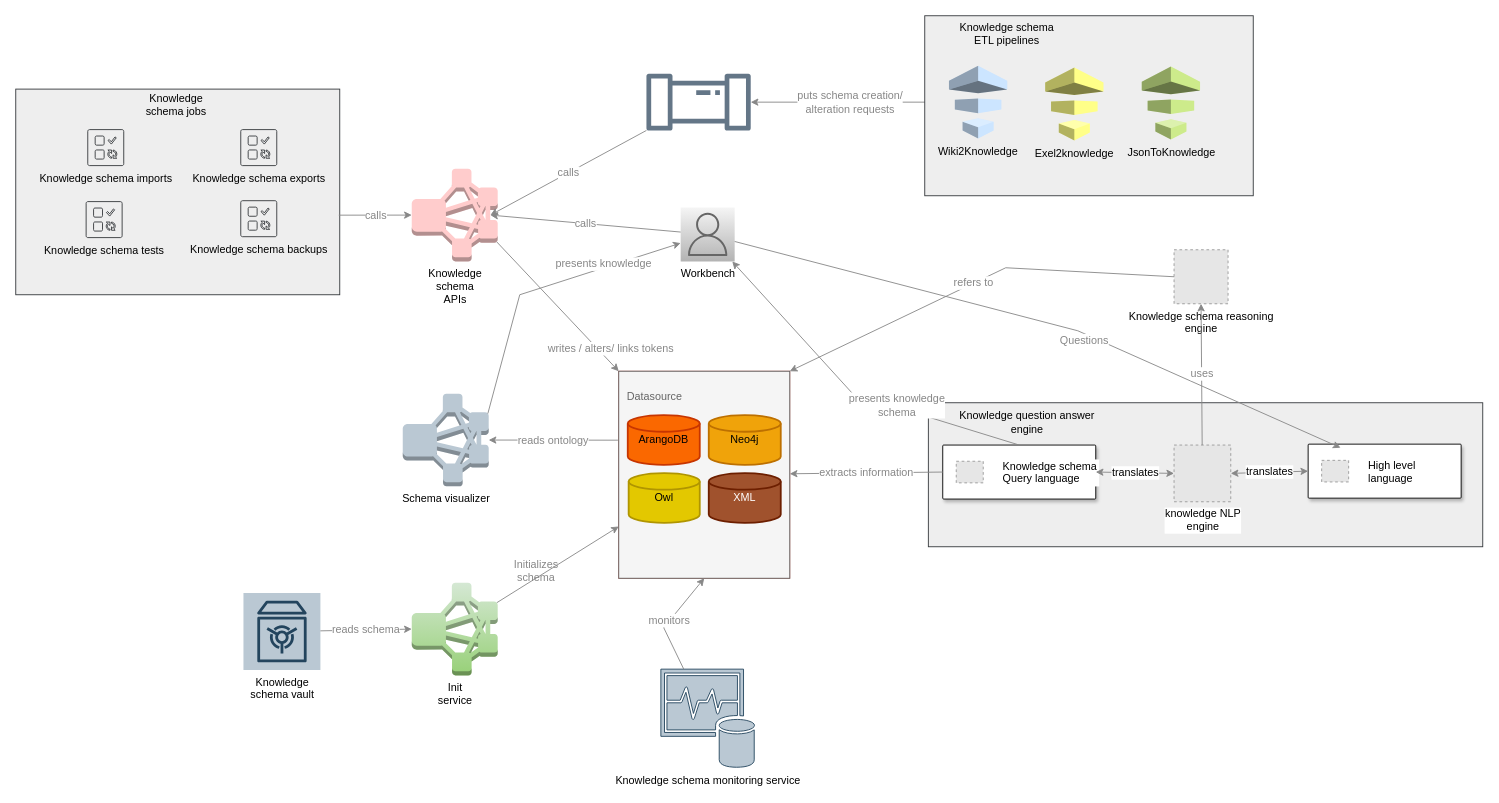
Earlier version of the draw.io diagram page "Knowledge schema architecture" (3 of 4) of KnowledgeArchitecture.drawio (supriyopaul/diagrams). Source tidied: cells renumbered, new cells numbered last; positions are measured from the earlier drawing's top-left corner, leaving out a move shared by most shapes. Both pictures are drawn from the tidied source at 90%, with x=0, y=0 at pixel (15, 15). Pictures stored in the file or linked from it are replaced by grey dashed boxes.
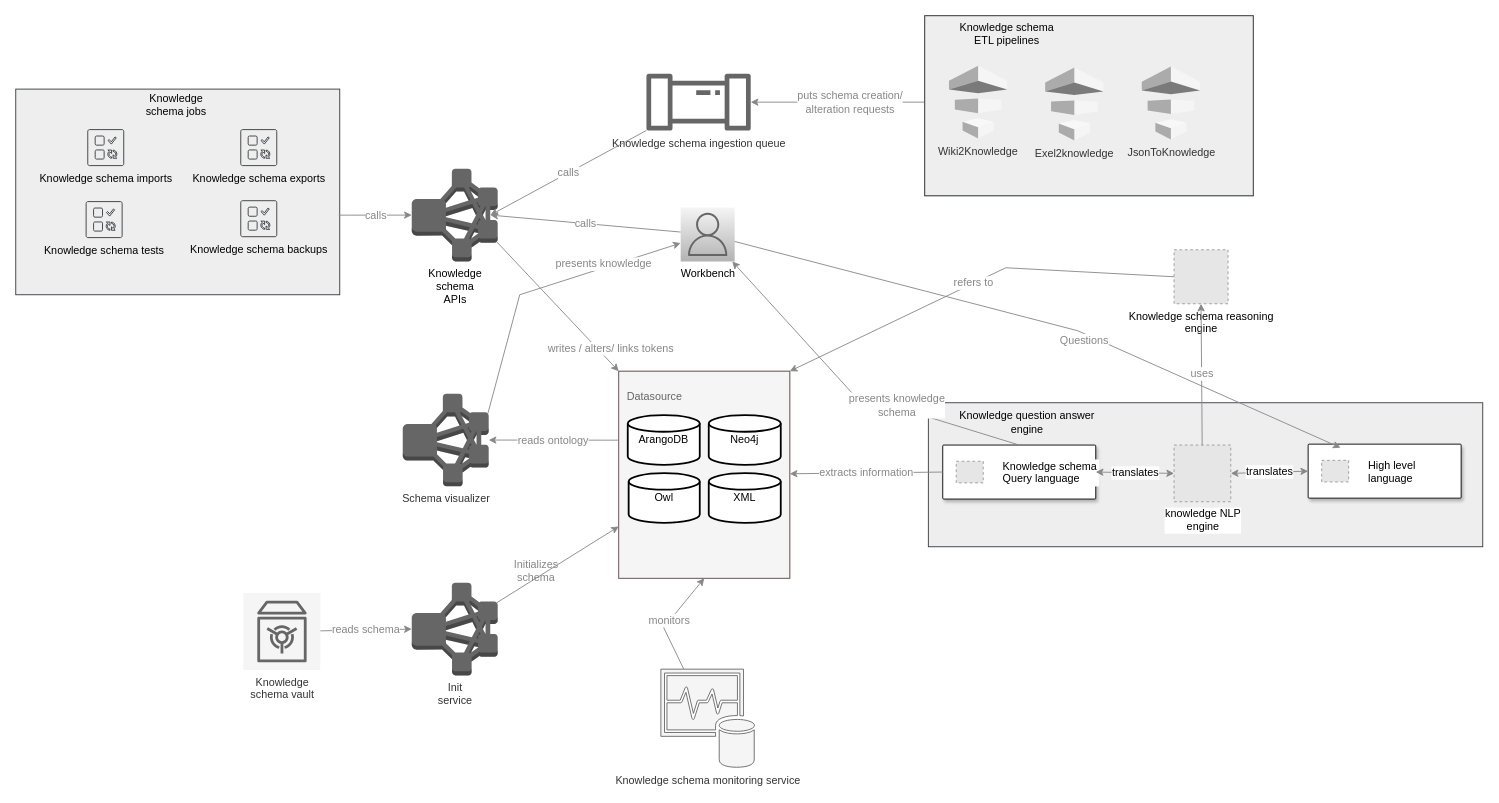
The same diagram, later.

Change to the diagram source:
```diff
@@
-    <mxCell id="3" value="&lt;span style=&quot;&quot;&gt;Init&lt;/span&gt;&lt;br style=&quot;border-color: var(--border-color);&quot;&gt;&lt;span style=&quot;&quot;&gt;service&lt;/span&gt;" style="outlineConnect=0;dashed=0;verticalLabelPosition=bottom;verticalAlign=top;align=center;html=1;shape=mxgraph.aws3.emr_cluster;fontSize=12;fillColor=#d5e8d4;strokeColor=#82b366;gradientColor=#97d077;" parent="1" vertex="1">
+    <mxCell id="3" value="&lt;span style=&quot;&quot;&gt;Init&lt;/span&gt;&lt;br style=&quot;border-color: var(--border-color);&quot;&gt;&lt;span style=&quot;&quot;&gt;service&lt;/span&gt;" style="outlineConnect=0;dashed=0;verticalLabelPosition=bottom;verticalAlign=top;align=center;html=1;shape=mxgraph.aws3.emr_cluster;fontSize=12;fillColor=#666666;strokeColor=#666666;fontColor=#333333;" parent="1" vertex="1">
       <mxGeometry x="440" y="630" width="95.5" height="103" as="geometry" />
     </mxCell>
@@
-    <mxCell id="6" value="Schema visualizer" style="outlineConnect=0;dashed=0;verticalLabelPosition=bottom;verticalAlign=top;align=center;html=1;shape=mxgraph.aws3.emr_cluster;fontSize=12;fillColor=#bac8d3;strokeColor=#23445d;" parent="1" vertex="1">
+    <mxCell id="6" value="Schema visualizer" style="outlineConnect=0;dashed=0;verticalLabelPosition=bottom;verticalAlign=top;align=center;html=1;shape=mxgraph.aws3.emr_cluster;fontSize=12;fillColor=#666666;strokeColor=#666666;fontColor=#333333;" parent="1" vertex="1">
       <mxGeometry x="430" y="419.9" width="95.5" height="103" as="geometry" />
     </mxCell>
@@
-    <mxCell id="22" value="Knowledge schema ingestion queue" style="sketch=0;outlineConnect=0;fillColor=#647687;strokeColor=#314354;dashed=0;verticalLabelPosition=bottom;verticalAlign=top;align=center;html=1;fontSize=12;fontStyle=0;shape=mxgraph.aws4.iot_analytics_pipeline;labelBackgroundColor=none;fontColor=#ffffff;" parent="1" vertex="1">
+    <mxCell id="22" value="Knowledge schema ingestion queue" style="sketch=0;outlineConnect=0;dashed=0;verticalLabelPosition=bottom;verticalAlign=top;align=center;html=1;fontSize=12;fontStyle=0;shape=mxgraph.aws4.iot_analytics_pipeline;labelBackgroundColor=none;fillColor=#666666;fontColor=#333333;strokeColor=#666666;" parent="1" vertex="1">
       <mxGeometry x="700" y="64.4" width="117.4" height="63.2" as="geometry" />
     </mxCell>
@@
-    <mxCell id="24" value="Knowledge&lt;br&gt;schema&lt;br&gt;APIs" style="outlineConnect=0;dashed=0;verticalLabelPosition=bottom;verticalAlign=top;align=center;html=1;shape=mxgraph.aws3.emr_cluster;fontSize=12;fillColor=#ffcccc;strokeColor=#36393d;" parent="1" vertex="1">
+    <mxCell id="24" value="Knowledge&lt;br&gt;schema&lt;br&gt;APIs" style="outlineConnect=0;dashed=0;verticalLabelPosition=bottom;verticalAlign=top;align=center;html=1;shape=mxgraph.aws3.emr_cluster;fontSize=12;fillColor=#666666;strokeColor=#36393d;" parent="1" vertex="1">
       <mxGeometry x="440" y="170" width="95.5" height="103" as="geometry" />
     </mxCell>
@@
-    <mxCell id="26" style="group;" parent="1" vertex="1">
+    <mxCell id="26" style="group;fillColor=#f5f5f5;fontColor=#333333;strokeColor=#666666;" parent="1" vertex="1">
       <mxGeometry x="1010" width="365" height="200" as="geometry" />
     </mxCell>
-    <mxCell id="27" style="group;fontStyle=4;fillColor=#eeeeee;strokeColor=#36393d;" parent="26" vertex="1">
-      <mxGeometry width="365" height="200" as="geometry" />
-    </mxCell>
-    <mxCell id="28" value="Knowledge schema&lt;br&gt;ETL pipelines" style="text;html=1;strokeColor=none;fillColor=none;align=center;verticalAlign=middle;whiteSpace=wrap;rounded=0;fontSize=12;fontColor=#000000;" parent="26" vertex="1">
-      <mxGeometry y="3.3" width="182.5" height="33.6" as="geometry" />
-    </mxCell>
-    <mxCell id="29" value="Wiki2Knowledge" style="outlineConnect=0;dashed=0;verticalLabelPosition=bottom;verticalAlign=top;align=center;html=1;shape=mxgraph.aws3.data_pipeline;fillColor=#cce5ff;labelBackgroundColor=none;strokeColor=#36393d;fontSize=12;" parent="26" vertex="1">
-      <mxGeometry x="26.9" y="55.5" width="64.8" height="81" as="geometry" />
-    </mxCell>
-    <mxCell id="30" value="JsonToKnowledge" style="dashed=0;verticalLabelPosition=bottom;verticalAlign=top;align=center;html=1;shape=mxgraph.aws3.data_pipeline;fillColor=#cdeb8b;labelBackgroundColor=none;strokeColor=#36393d;fontSize=12;" parent="26" vertex="1">
-      <mxGeometry x="241.1" y="56.5" width="64.8" height="81" as="geometry" />
-    </mxCell>
-    <mxCell id="31" value="Exel2knowledge" style="dashed=0;verticalLabelPosition=bottom;verticalAlign=top;align=center;html=1;shape=mxgraph.aws3.data_pipeline;fillColor=#ffff88;labelBackgroundColor=none;strokeColor=#36393d;fontSize=12;" parent="26" vertex="1">
-      <mxGeometry x="133.8" y="57.5" width="64.8" height="81" as="geometry" />
-    </mxCell>
@@
-    <mxCell id="34" value="ArangoDB" style="strokeWidth=2;html=1;shape=mxgraph.flowchart.database;whiteSpace=wrap;fontSize=12;fillColor=#fa6800;fontColor=#000000;strokeColor=#C73500;" parent="1" vertex="1">
+    <mxCell id="34" value="ArangoDB" style="strokeWidth=2;html=1;shape=mxgraph.flowchart.database;whiteSpace=wrap;fontSize=12;" parent="1" vertex="1">
       <mxGeometry x="680" y="443.8" width="80" height="55.2" as="geometry" />
     </mxCell>
-    <mxCell id="35" value="Owl" style="strokeWidth=2;html=1;shape=mxgraph.flowchart.database;whiteSpace=wrap;fontSize=12;fillColor=#e3c800;fontColor=#000000;strokeColor=#B09500;" parent="1" vertex="1">
+    <mxCell id="35" value="Owl" style="strokeWidth=2;html=1;shape=mxgraph.flowchart.database;whiteSpace=wrap;fontSize=12;" parent="1" vertex="1">
       <mxGeometry x="681" y="508.2" width="79" height="55.2" as="geometry" />
     </mxCell>
-    <mxCell id="36" value="XML" style="strokeWidth=2;html=1;shape=mxgraph.flowchart.database;whiteSpace=wrap;fontSize=12;fillColor=#a0522d;fontColor=#ffffff;strokeColor=#6D1F00;" parent="1" vertex="1">
+    <mxCell id="36" value="XML" style="strokeWidth=2;html=1;shape=mxgraph.flowchart.database;whiteSpace=wrap;fontSize=12;" parent="1" vertex="1">
       <mxGeometry x="770" y="508.2" width="80" height="55.2" as="geometry" />
     </mxCell>
-    <mxCell id="37" value="Neo4j" style="strokeWidth=2;html=1;shape=mxgraph.flowchart.database;whiteSpace=wrap;fontSize=12;fillColor=#f0a30a;fontColor=#000000;strokeColor=#BD7000;" parent="1" vertex="1">
+    <mxCell id="37" value="Neo4j" style="strokeWidth=2;html=1;shape=mxgraph.flowchart.database;whiteSpace=wrap;fontSize=12;" parent="1" vertex="1">
       <mxGeometry x="770" y="443.8" width="80" height="55.2" as="geometry" />
     </mxCell>
@@
-    <mxCell id="40" value="Knowledge&lt;br&gt;schema vault" style="sketch=0;outlineConnect=0;strokeColor=#23445d;fillColor=#bac8d3;dashed=0;verticalLabelPosition=bottom;verticalAlign=top;align=center;html=1;fontSize=12;fontStyle=0;shape=mxgraph.aws4.resourceIcon;resIcon=mxgraph.aws4.vault;" parent="1" vertex="1">
+    <mxCell id="40" value="Knowledge&lt;br&gt;schema vault" style="sketch=0;outlineConnect=0;strokeColor=#666666;fillColor=#f5f5f5;dashed=0;verticalLabelPosition=bottom;verticalAlign=top;align=center;html=1;fontSize=12;fontStyle=0;shape=mxgraph.aws4.resourceIcon;resIcon=mxgraph.aws4.vault;fontColor=#333333;" parent="1" vertex="1">
       <mxGeometry x="253" y="641.5" width="85.5" height="85.5" as="geometry" />
     </mxCell>
@@
-    <mxCell id="53" value="Knowledge schema monitoring service" style="sketch=0;shadow=0;dashed=0;html=1;strokeColor=#23445d;fillColor=#bac8d3;labelPosition=center;verticalLabelPosition=bottom;verticalAlign=top;outlineConnect=0;align=center;shape=mxgraph.office.databases.monitoring_store;" parent="1" vertex="1">
+    <mxCell id="53" value="Knowledge schema monitoring service" style="sketch=0;shadow=0;dashed=0;html=1;strokeColor=#666666;fillColor=#f5f5f5;labelPosition=center;verticalLabelPosition=bottom;verticalAlign=top;outlineConnect=0;align=center;shape=mxgraph.office.databases.monitoring_store;fontColor=#333333;" parent="1" vertex="1">
       <mxGeometry x="716.8" y="726" width="104" height="110" as="geometry" />
     </mxCell>
@@
+    <mxCell id="27" style="group;fontStyle=4;fillColor=#eeeeee;strokeColor=#36393d;" parent="1" vertex="1">
+      <mxGeometry x="1010" width="365" height="200" as="geometry" />
+    </mxCell>
+    <mxCell id="28" value="Knowledge schema&lt;br&gt;ETL pipelines" style="text;html=1;strokeColor=none;fillColor=none;align=center;verticalAlign=middle;whiteSpace=wrap;rounded=0;fontSize=12;fontColor=#000000;" parent="1" vertex="1">
+      <mxGeometry x="1010" y="3.3" width="182.5" height="33.6" as="geometry" />
+    </mxCell>
+    <mxCell id="29" value="Wiki2Knowledge" style="outlineConnect=0;dashed=0;verticalLabelPosition=bottom;verticalAlign=top;align=center;html=1;shape=mxgraph.aws3.data_pipeline;fillColor=#f5f5f5;labelBackgroundColor=none;strokeColor=#666666;fontSize=12;fontColor=#333333;" parent="1" vertex="1">
+      <mxGeometry x="1036.9" y="55.5" width="64.8" height="81" as="geometry" />
+    </mxCell>
+    <mxCell id="30" value="JsonToKnowledge" style="dashed=0;verticalLabelPosition=bottom;verticalAlign=top;align=center;html=1;shape=mxgraph.aws3.data_pipeline;fillColor=#f5f5f5;labelBackgroundColor=none;strokeColor=#666666;fontSize=12;fontColor=#333333;" parent="1" vertex="1">
+      <mxGeometry x="1251.1" y="56.5" width="64.8" height="81" as="geometry" />
+    </mxCell>
+    <mxCell id="31" value="Exel2knowledge" style="dashed=0;verticalLabelPosition=bottom;verticalAlign=top;align=center;html=1;shape=mxgraph.aws3.data_pipeline;fillColor=#f5f5f5;labelBackgroundColor=none;strokeColor=#666666;fontSize=12;fontColor=#333333;" parent="1" vertex="1">
+      <mxGeometry x="1143.8" y="57.5" width="64.8" height="81" as="geometry" />
+    </mxCell>
```
